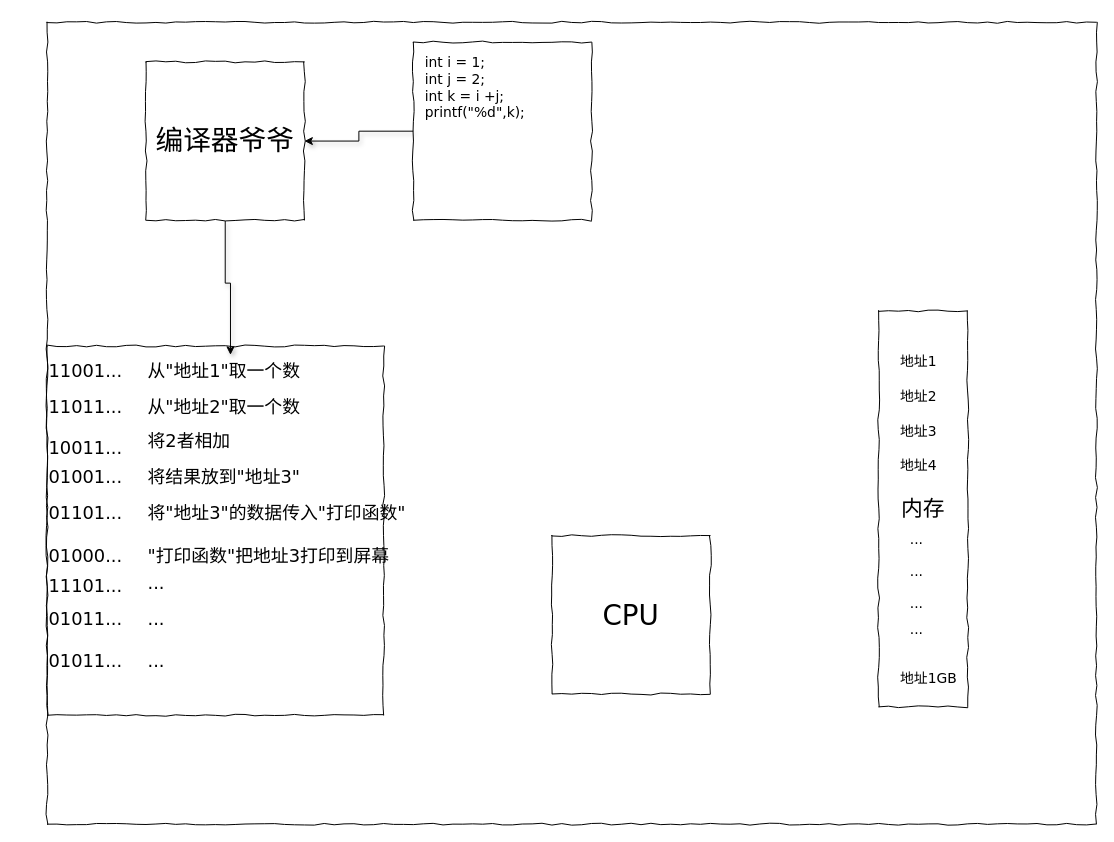
Before: 执行指令.drawio in lqhnet/hello-world, a draw.io diagram. Source tidied: cells renumbered, new cells numbered last; positions are measured from the earlier drawing's top-left corner, leaving out a move shared by most shapes. Both pictures are drawn from the tidied source at 99%, with x=0, y=0 at pixel (47, 22).
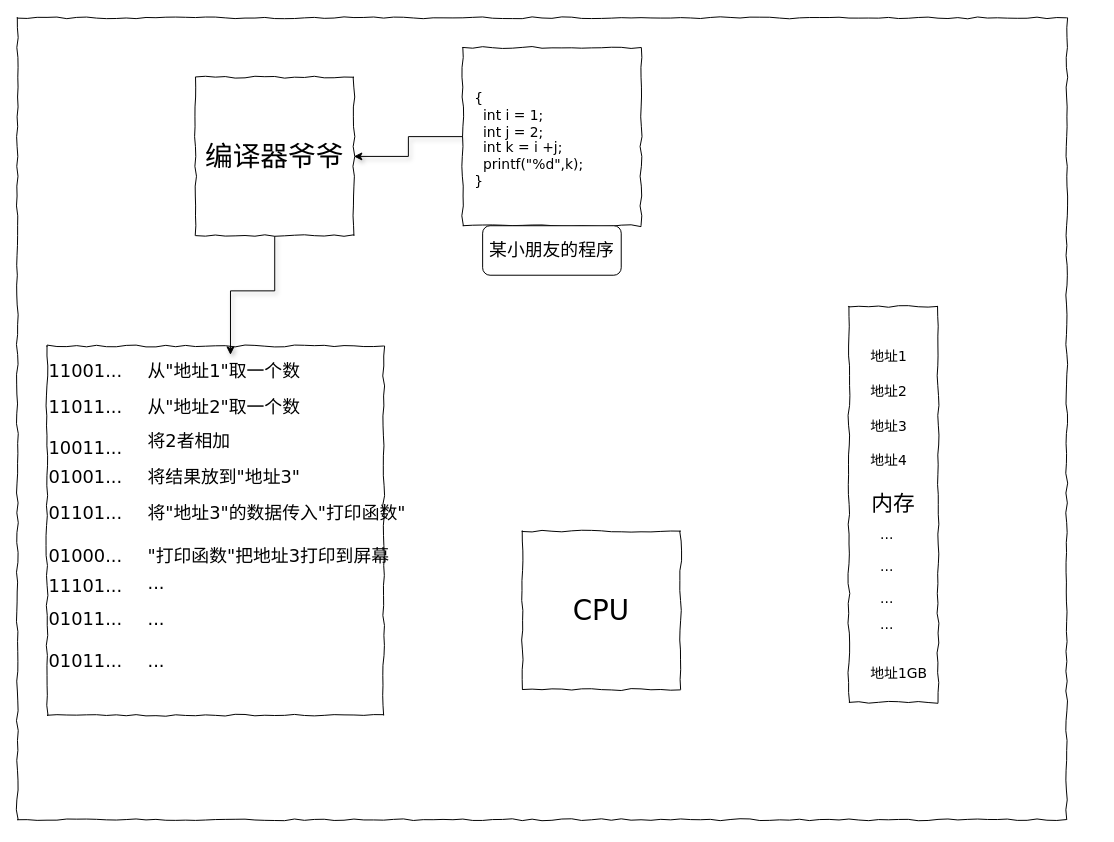
After the change.

Commit message:
更新执行指令.drawio

What changed in the source:
```diff
@@
     <mxCell id="2" style="whiteSpace=wrap;html=1;rounded=0;shadow=0;labelBackgroundColor=none;strokeColor=#000000;strokeWidth=1;fillColor=none;fontFamily=Verdana;fontSize=12;fontColor=#000000;align=center;comic=1;" parent="1" vertex="1">
-      <mxGeometry width="1060" height="810" as="geometry" />
+      <mxGeometry x="-30" y="-4.5" width="1060" height="810" as="geometry" />
     </mxCell>
@@
     <mxCell id="12" value="&lt;font style=&quot;font-size: 22px&quot;&gt;内存&lt;/font&gt;" style="whiteSpace=wrap;html=1;rounded=0;shadow=0;labelBackgroundColor=none;strokeWidth=1;fillColor=none;fontFamily=Verdana;fontSize=12;align=center;comic=1;" parent="1" vertex="1">
-      <mxGeometry x="840" y="291.5" width="90" height="400" as="geometry" />
+      <mxGeometry x="810" y="287" width="90" height="400" as="geometry" />
     </mxCell>
     <mxCell id="13" value="地址1" style="text;html=1;align=left;verticalAlign=top;spacingTop=-4;fontSize=14;fontFamily=Verdana;" parent="1" vertex="1">
-      <mxGeometry x="860" y="331.5" width="70" height="20" as="geometry" />
+      <mxGeometry x="830" y="327" width="70" height="20" as="geometry" />
     </mxCell>
     <mxCell id="14" value="地址2" style="text;html=1;align=left;verticalAlign=top;spacingTop=-4;fontSize=14;fontFamily=Verdana;" parent="1" vertex="1">
-      <mxGeometry x="860" y="366.5" width="70" height="20" as="geometry" />
+      <mxGeometry x="830" y="362" width="70" height="20" as="geometry" />
     </mxCell>
     <mxCell id="15" value="地址3" style="text;html=1;align=left;verticalAlign=top;spacingTop=-4;fontSize=14;fontFamily=Verdana;" parent="1" vertex="1">
-      <mxGeometry x="860" y="401.5" width="70" height="20" as="geometry" />
+      <mxGeometry x="830" y="397" width="70" height="20" as="geometry" />
     </mxCell>
     <mxCell id="16" value="地址4" style="text;html=1;align=left;verticalAlign=top;spacingTop=-4;fontSize=14;fontFamily=Verdana;" parent="1" vertex="1">
-      <mxGeometry x="860" y="436.5" width="60" height="20" as="geometry" />
+      <mxGeometry x="830" y="432" width="60" height="20" as="geometry" />
     </mxCell>
     <mxCell id="17" value="地址1GB" style="text;html=1;align=left;verticalAlign=top;spacingTop=-4;fontSize=14;fontFamily=Verdana;" parent="1" vertex="1">
-      <mxGeometry x="860" y="651.5" width="60" height="20" as="geometry" />
+      <mxGeometry x="830" y="647" width="60" height="20" as="geometry" />
     </mxCell>
     <mxCell id="18" value="..." style="text;html=1;align=left;verticalAlign=top;spacingTop=-4;fontSize=14;fontFamily=Verdana;" parent="1" vertex="1">
-      <mxGeometry x="870" y="510.5" width="40" height="20" as="geometry" />
+      <mxGeometry x="840" y="506" width="40" height="20" as="geometry" />
     </mxCell>
     <mxCell id="19" value="..." style="text;html=1;align=left;verticalAlign=top;spacingTop=-4;fontSize=14;fontFamily=Verdana;" parent="1" vertex="1">
-      <mxGeometry x="870" y="543.5" width="50" height="20" as="geometry" />
+      <mxGeometry x="840" y="539" width="50" height="20" as="geometry" />
     </mxCell>
     <mxCell id="20" value="..." style="text;html=1;align=left;verticalAlign=top;spacingTop=-4;fontSize=14;fontFamily=Verdana;" parent="1" vertex="1">
-      <mxGeometry x="870" y="575.5" width="50" height="20" as="geometry" />
+      <mxGeometry x="840" y="571" width="50" height="20" as="geometry" />
     </mxCell>
     <mxCell id="21" value="..." style="text;html=1;align=left;verticalAlign=top;spacingTop=-4;fontSize=14;fontFamily=Verdana;" parent="1" vertex="1">
-      <mxGeometry x="870" y="601.5" width="50" height="20" as="geometry" />
+      <mxGeometry x="840" y="597" width="50" height="20" as="geometry" />
     </mxCell>
     <mxCell id="22" value="CPU" style="whiteSpace=wrap;html=1;rounded=0;shadow=0;labelBackgroundColor=none;strokeWidth=1;fontFamily=Verdana;fontSize=28;align=center;comic=1;" parent="1" vertex="1">
-      <mxGeometry x="510" y="518.5" width="160" height="160" as="geometry" />
+      <mxGeometry x="480" y="514" width="160" height="160" as="geometry" />
     </mxCell>
@@
     <mxCell id="24" style="whiteSpace=wrap;html=1;rounded=0;shadow=0;labelBackgroundColor=none;strokeWidth=1;fillColor=none;fontFamily=Verdana;fontSize=12;align=center;comic=1;" parent="1" vertex="1">
-      <mxGeometry x="370" y="20" width="180" height="180" as="geometry" />
+      <mxGeometry x="420" y="25.5" width="180" height="180" as="geometry" />
     </mxCell>
-    <mxCell id="25" value="int i = 1;&lt;br&gt;int j = 2;&lt;br&gt;int k = i +j;&lt;br&gt;printf(&quot;%d&quot;,k);" style="text;html=1;align=left;verticalAlign=top;spacingTop=-4;fontSize=14;fontFamily=Verdana;" parent="1" vertex="1">
-      <mxGeometry x="380" y="30" width="160" height="80" as="geometry" />
+    <mxCell id="25" value="{&lt;br&gt;&amp;nbsp; int i = 1;&lt;br&gt;&amp;nbsp; int j = 2;&lt;br&gt;&amp;nbsp; int k = i +j;&lt;br&gt;&amp;nbsp; printf(&quot;%d&quot;,k);&lt;br&gt;}" style="text;html=1;align=left;verticalAlign=top;spacingTop=-4;fontSize=14;fontFamily=Verdana;" parent="1" vertex="1">
+      <mxGeometry x="430" y="65.5" width="160" height="90" as="geometry" />
     </mxCell>
@@
     <mxCell id="27" value="编译器爷爷" style="whiteSpace=wrap;html=1;rounded=0;shadow=0;labelBackgroundColor=none;strokeWidth=1;fontFamily=Verdana;fontSize=28;align=center;comic=1;" parent="1" vertex="1">
-      <mxGeometry x="100" y="40" width="160" height="160" as="geometry" />
+      <mxGeometry x="150" y="55.5" width="160" height="160" as="geometry" />
     </mxCell>
@@
+    <mxCell id="38" value="某小朋友的程序" style="rounded=1;whiteSpace=wrap;html=1;fontSize=18;" parent="1" vertex="1">
+      <mxGeometry x="440" y="205.5" width="140" height="50" as="geometry" />
+    </mxCell>
```
